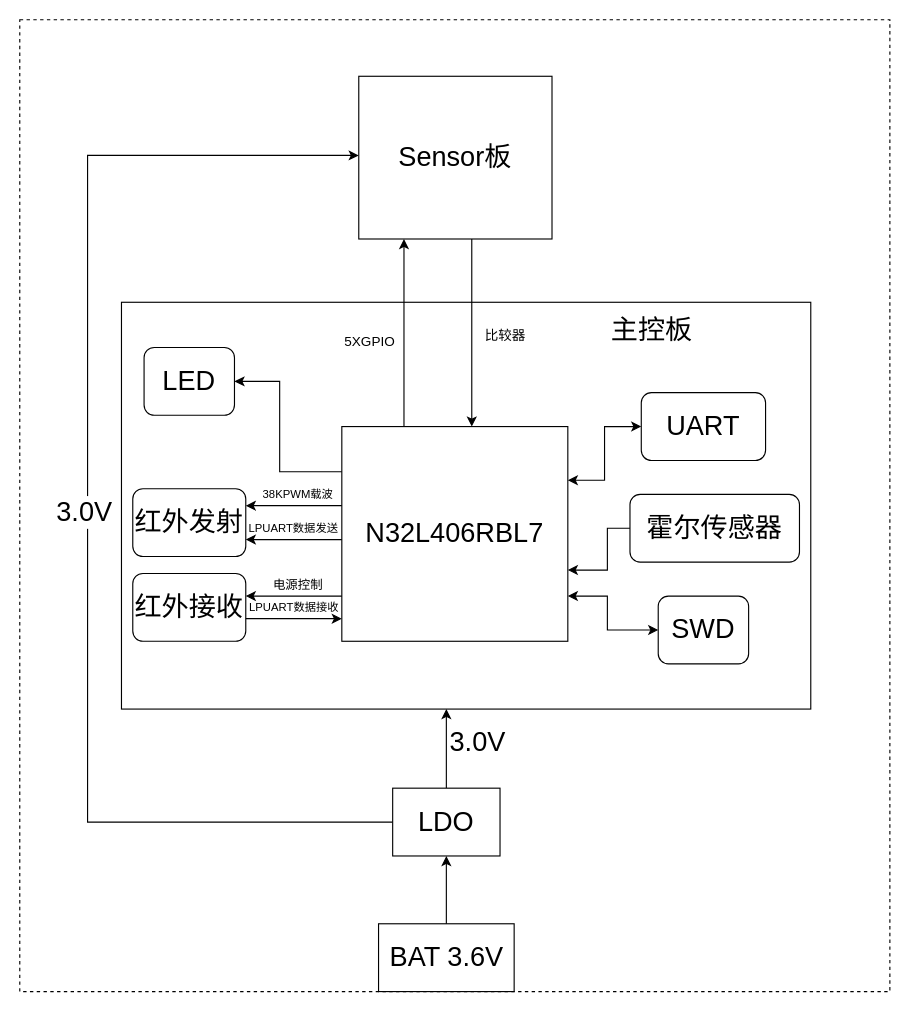
The draw.io diagram LC_COIL.drawio in cj942/TBOX, before the edit. Source tidied: cells renumbered, new cells numbered last; positions are measured from the earlier drawing's top-left corner, leaving out a move shared by most shapes. Both pictures are drawn from the tidied source at 113%, with x=0, y=0 at pixel (19, 19).
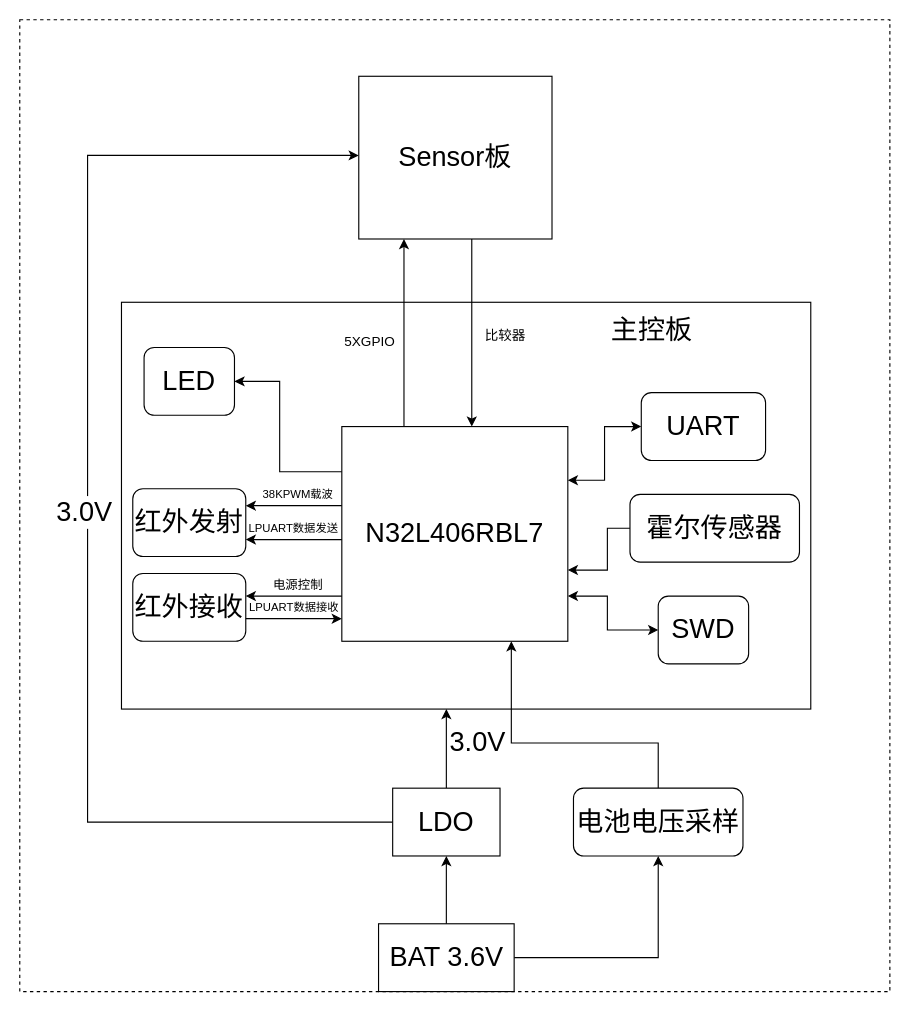
Above is the later version.

Unchanged cells that the change refers to:
```xml
<mxCell id="7" value="&lt;span style=&quot;font-size: 24px&quot;&gt;BAT 3.6V&lt;/span&gt;" style="rounded=0;whiteSpace=wrap;html=1;" parent="1" vertex="1">
  <mxGeometry x="317.5" y="800" width="120" height="60" as="geometry" />
</mxCell>
<mxCell id="10" value="&lt;span style=&quot;font-size: 24px&quot;&gt;N32L406RBL7&lt;/span&gt;" style="rounded=0;whiteSpace=wrap;html=1;" parent="1" vertex="1">
  <mxGeometry x="285" y="360" width="200" height="190" as="geometry" />
</mxCell>
```

Diff of the diagram source:
```diff
@@
+    <mxCell id="37" style="edgeStyle=orthogonalEdgeStyle;rounded=0;jettySize=auto;html=1;exitX=1;exitY=0.5;exitDx=0;exitDy=0;entryX=0.5;entryY=1;entryDx=0;entryDy=0;" parent="1" edge="1" source="7" target="39">
+      <mxGeometry relative="1" as="geometry" />
+    </mxCell>
@@
+    <mxCell id="38" style="edgeStyle=orthogonalEdgeStyle;rounded=0;jettySize=auto;html=1;exitX=0.5;exitY=0;exitDx=0;exitDy=0;entryX=0.75;entryY=1;entryDx=0;entryDy=0;" parent="1" edge="1" source="39" target="10">
+      <mxGeometry relative="1" as="geometry">
+        <Array as="points">
+          <mxPoint x="565" y="640" />
+          <mxPoint x="435" y="640" />
+        </Array>
+      </mxGeometry>
+    </mxCell>
+    <mxCell id="39" value="&lt;span style=&quot;font-size: 24px&quot;&gt;电池电压采样&lt;/span&gt;" style="rounded=1;whiteSpace=wrap;html=1;" parent="1" vertex="1">
+      <mxGeometry x="490" y="680" width="150" height="60" as="geometry" />
+    </mxCell>
```
